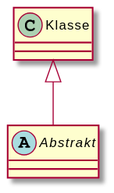
The PlantUML diagram meilenstein_03/.template/uml-{modul}/{modul}.svg in weichware10/meilensteine, before a commit.
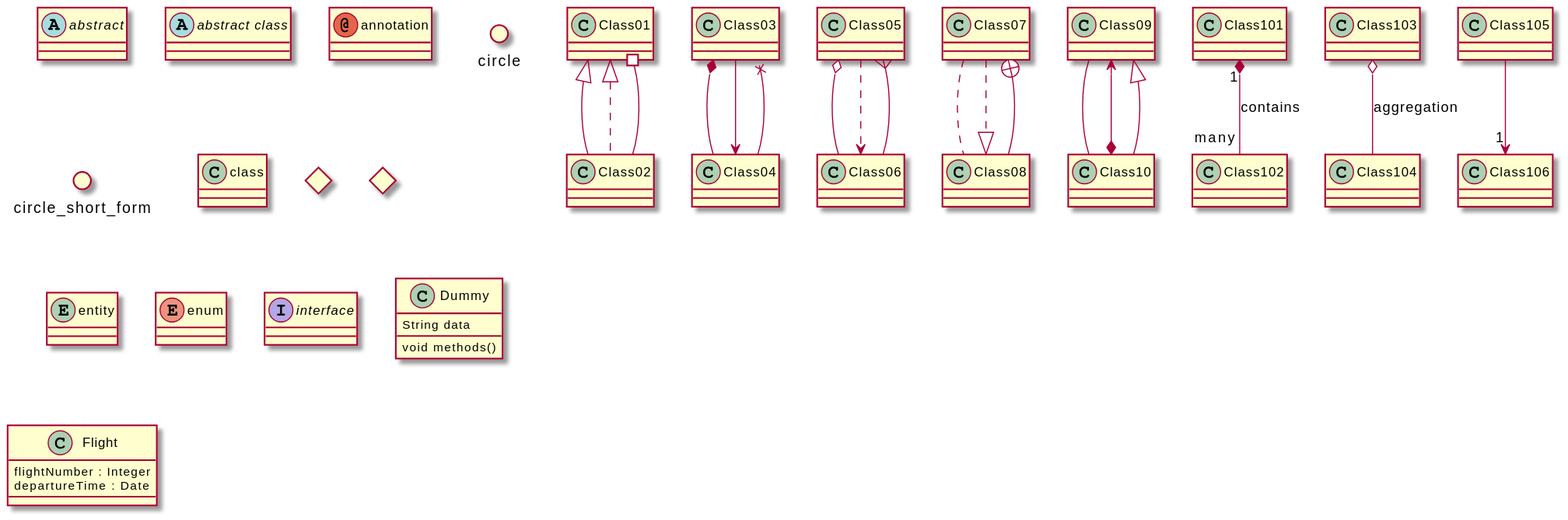
After the change.

Commit message:
Render PlantUML SVGs

What changed in the source:
```diff
@@ -1,5 +1,45 @@
 @startuml
-abstract Abstrakt
-class Klasse
-Klasse <|-- Abstrakt
+abstract        abstract
+abstract class  "abstract class"
+annotation      annotation
+circle          circle
+()              circle_short_form
+class           class
+diamond         diamond
+<>              diamond_short_form
+entity          entity
+enum            enum
+interface       interface
+
+Class01 <|-- Class02
+Class03 *-- Class04
+Class05 o-- Class06
+Class07 .. Class08
+Class09 -- Class10
+
+Class01 <|.. Class02
+Class03 --> Class04
+Class05 ..> Class06
+Class07 ..|> Class08
+Class09 <--* Class10
+
+Class01 #-- Class02
+Class03 x-- Class04
+Class05 }-- Class06
+Class07 +-- Class08
+Class09 ^-- Class10
+
+Class101 "1" *-- "many" Class102 : contains
+Class103 o-- Class104 : aggregation
+Class105 --> "1" Class106
+
+class Dummy {
+  String data
+  void methods()
+}
+
+class Flight {
+   flightNumber : Integer
+   departureTime : Date
+}
 @enduml
```
